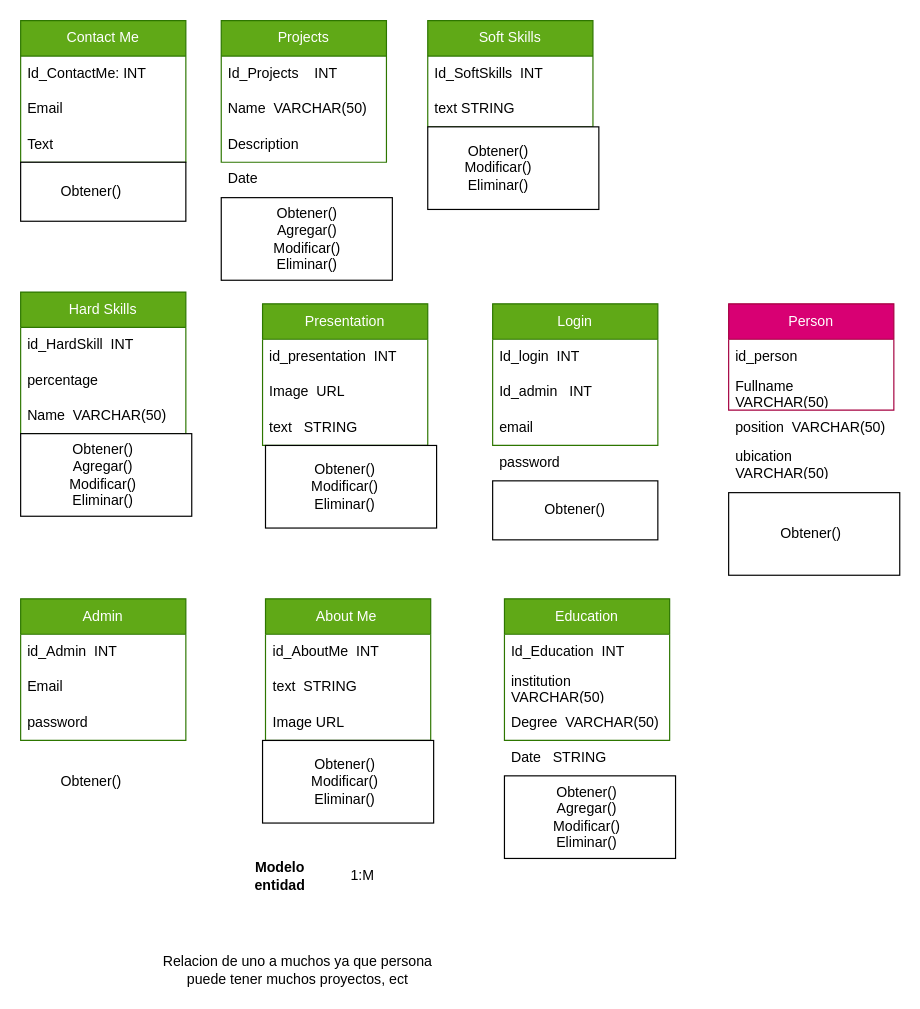
This is dataBase.drawio from lucia-pitrelli/Front-End-Portfolio, a draw.io file, before an edit. Source tidied: cells renumbered, new cells numbered last; positions are measured from the earlier drawing's top-left corner, leaving out a move shared by most shapes. Both pictures are drawn from the tidied source at 118%, with x=0, y=0 at pixel (20, 20).
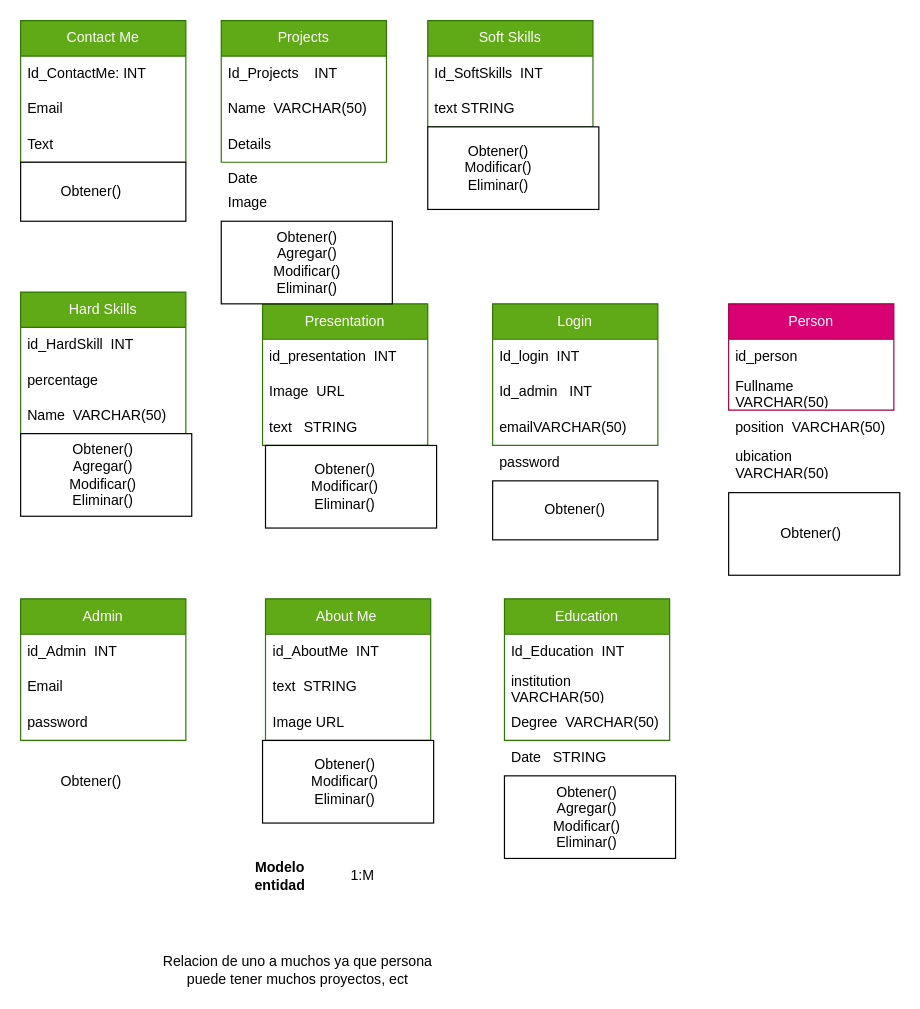
After the change.

The change refers to these unchanged cells:
```xml
<mxCell id="6" value="Projects" style="swimlane;fontStyle=0;horizontal=1;startSize=30;whiteSpace=wrap;html=1;fillColor=#60a917;fontColor=#ffffff;strokeColor=#2D7600;" parent="1" vertex="1">
  <mxGeometry x="170" width="140" height="120" as="geometry" />
</mxCell>
<mxCell id="21" value="Login" style="swimlane;fontStyle=0;horizontal=1;startSize=30;whiteSpace=wrap;html=1;fillColor=#60a917;fontColor=#ffffff;strokeColor=#2D7600;" parent="1" vertex="1">
  <mxGeometry x="400" y="240" width="140" height="120" as="geometry" />
</mxCell>
```

The edit, as a diff of the source:
```diff
@@
-    <mxCell id="9" value="Description" style="text;strokeColor=none;fillColor=none;align=left;verticalAlign=middle;spacingLeft=4;spacingRight=4;overflow=hidden;whiteSpace=wrap;html=1;" parent="6" vertex="1">
+    <mxCell id="9" value="Details" style="text;strokeColor=none;fillColor=none;align=left;verticalAlign=middle;spacingLeft=4;spacingRight=4;overflow=hidden;whiteSpace=wrap;html=1;" parent="6" vertex="1">
       <mxGeometry y="90" width="140" height="30" as="geometry" />
     </mxCell>
@@
-    <mxCell id="24" value="email" style="text;strokeColor=none;fillColor=none;align=left;verticalAlign=middle;spacingLeft=4;spacingRight=4;overflow=hidden;whiteSpace=wrap;html=1;" parent="21" vertex="1">
+    <mxCell id="24" value="emailVARCHAR(50)" style="text;strokeColor=none;fillColor=none;align=left;verticalAlign=middle;spacingLeft=4;spacingRight=4;overflow=hidden;whiteSpace=wrap;html=1;" parent="21" vertex="1">
       <mxGeometry y="90" width="140" height="30" as="geometry" />
     </mxCell>
@@
     <mxCell id="51" style="rounded=0;whiteSpace=wrap;html=1;" parent="1" vertex="1">
-      <mxGeometry x="170" y="150" width="145" height="70" as="geometry" />
+      <mxGeometry x="170" y="170" width="145" height="70" as="geometry" />
     </mxCell>
     <mxCell id="52" value="Obtener()&lt;br&gt;Agregar()&lt;br&gt;Modificar()&lt;br&gt;Eliminar()" style="text;html=1;strokeColor=none;fillColor=none;align=center;verticalAlign=middle;whiteSpace=wrap;rounded=0;" parent="1" vertex="1">
-      <mxGeometry x="187.5" y="160" width="110" height="50" as="geometry" />
+      <mxGeometry x="187.5" y="180" width="110" height="50" as="geometry" />
     </mxCell>
@@
+    <mxCell id="68" value="Image&lt;br&gt;" style="text;strokeColor=none;fillColor=none;align=left;verticalAlign=top;spacingLeft=4;spacingRight=4;overflow=hidden;whiteSpace=wrap;html=1;horizontal=1;" parent="1" vertex="1">
+      <mxGeometry x="170" y="140" width="140" height="30" as="geometry" />
+    </mxCell>
```
